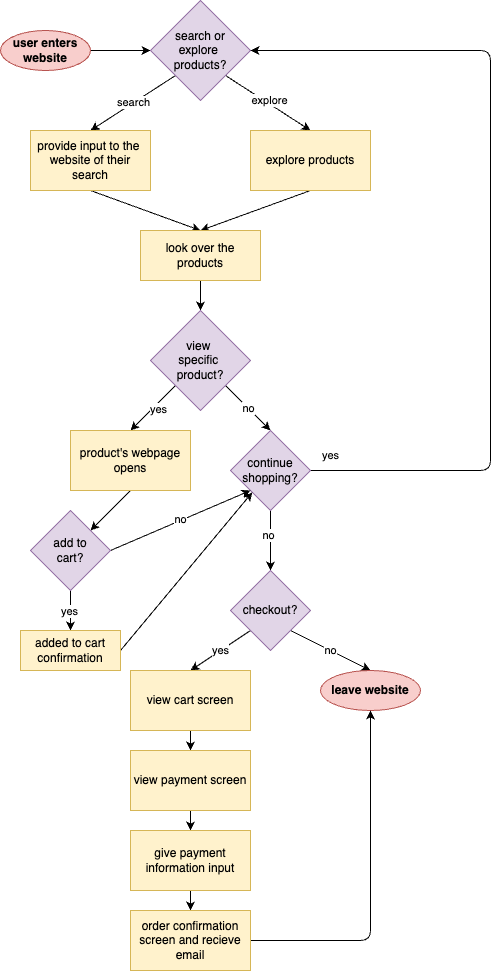
The draw.io diagram explore/diagramming/diagram.drawio.png in annadoannn/sp25-cse110-lab4, before a commit. Source tidied: cells renumbered, new cells last; positions are measured from the earlier drawing's top-left corner, leaving out a move shared by most shapes.
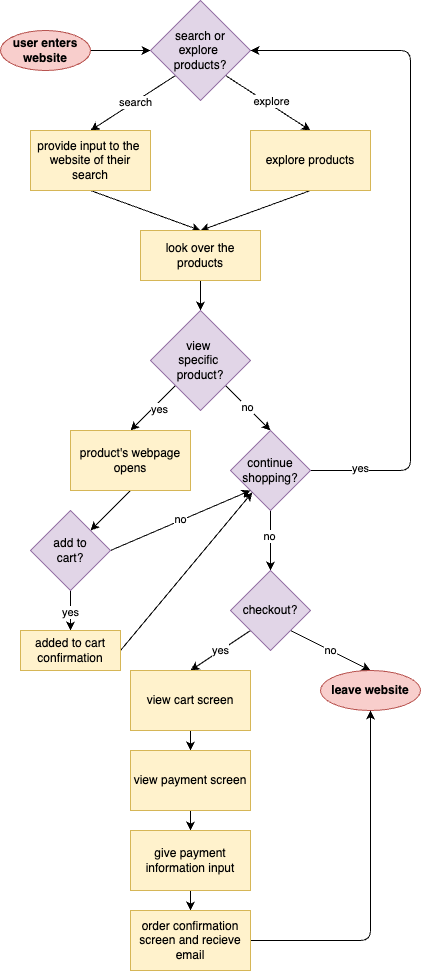
After the commit.

Commit message:
moved the diagram down

The edit, as a diff of the source:
```diff
@@ -62,9 +62,9 @@
     <mxCell id="21" style="edgeStyle=none;html=1;exitX=1;exitY=0.5;exitDx=0;exitDy=0;entryX=1;entryY=0.5;entryDx=0;entryDy=0;rounded=1;curved=0;" parent="1" edge="1" source="25" target="8">
       <mxGeometry relative="1" as="geometry">
         <Array as="points">
-          <mxPoint x="490" y="470" />
-          <mxPoint x="490" y="240" />
-          <mxPoint x="490" y="50" />
+          <mxPoint x="410" y="470" />
+          <mxPoint x="410" y="260" />
+          <mxPoint x="410" y="50" />
         </Array>
       </mxGeometry>
     </mxCell>
@@ -73,6 +73,9 @@
         <mxPoint x="-124" y="325" as="offset" />
       </mxGeometry>
     </mxCell>
+    <mxCell id="45" value="yes" style="edgeLabel;html=1;align=center;verticalAlign=middle;" parent="21" vertex="1">
+      <mxGeometry x="-0.85" y="3" relative="1" as="geometry" />
+    </mxCell>
     <mxCell id="23" style="edgeStyle=none;html=1;exitX=0.5;exitY=1;exitDx=0;exitDy=0;" parent="1" edge="1" source="25" target="28">
       <mxGeometry relative="1" as="geometry" />
     </mxCell>
```
